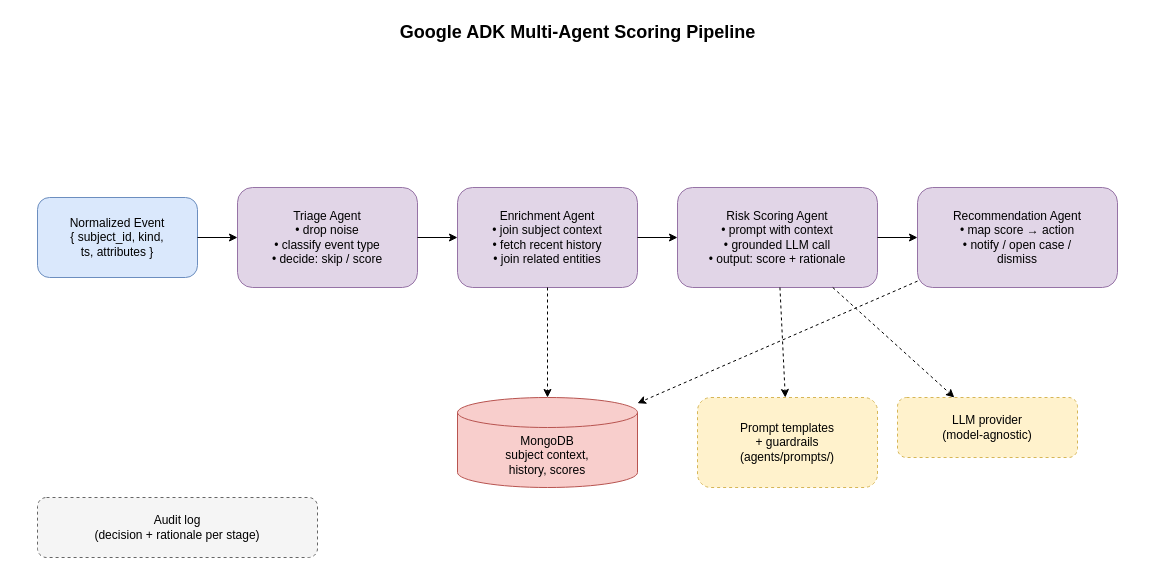
Earlier version of the draw.io diagram page "2. care_decisioning Pipeline" (2 of 5) of Docs/Design/architecture.drawio (javakishore-veleti/Member-Event-Stream-Agent). Source tidied: cells renumbered, new cells numbered last; positions are measured from the earlier drawing's top-left corner, leaving out a move shared by most shapes. Both pictures are drawn from the tidied source at 100%, with x=0, y=0 at pixel (37, 17).
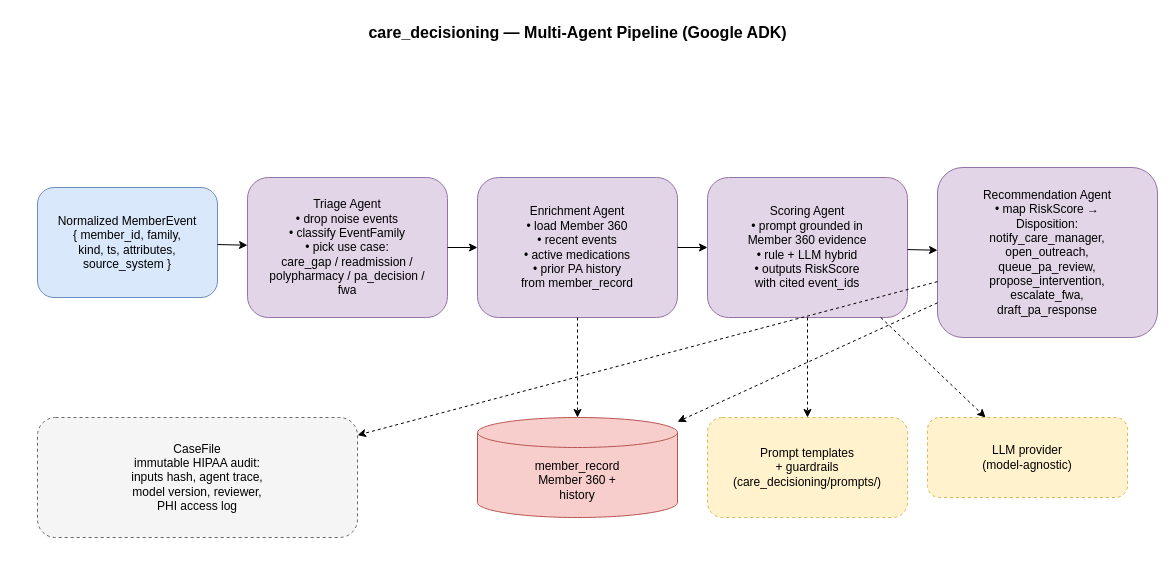
Above is the later version.

The edit, as a diff of the source:
```diff
@@
-    <mxCell id="2" value="Google ADK Multi-Agent Scoring Pipeline" style="text;html=1;align=center;verticalAlign=middle;fontSize=18;fontStyle=1;" parent="1" vertex="1">
-      <mxGeometry width="1080" height="30" as="geometry" />
+    <mxCell id="2" value="care_decisioning — Multi-Agent Pipeline (Google ADK)" style="text;html=1;align=center;verticalAlign=middle;fontSize=16;fontStyle=1;" parent="1" vertex="1">
+      <mxGeometry x="-20" width="1120" height="30" as="geometry" />
     </mxCell>
-    <mxCell id="3" value="Normalized Event&#10;{ subject_id, kind,&#10;ts, attributes }" style="rounded=1;whiteSpace=wrap;html=1;fillColor=#dae8fc;strokeColor=#6c8ebf;" parent="1" vertex="1">
-      <mxGeometry y="180" width="160" height="80" as="geometry" />
+    <mxCell id="3" value="Normalized MemberEvent&#10;{ member_id, family,&#10;kind, ts, attributes,&#10;source_system }" style="rounded=1;whiteSpace=wrap;html=1;fillColor=#dae8fc;strokeColor=#6c8ebf;" parent="1" vertex="1">
+      <mxGeometry y="170" width="180" height="110" as="geometry" />
     </mxCell>
-    <mxCell id="4" value="Triage Agent&#10;• drop noise&#10;• classify event type&#10;• decide: skip / score" style="rounded=1;whiteSpace=wrap;html=1;fillColor=#e1d5e7;strokeColor=#9673a6;" parent="1" vertex="1">
-      <mxGeometry x="200" y="170" width="180" height="100" as="geometry" />
+    <mxCell id="4" value="Triage Agent&#10;• drop noise events&#10;• classify EventFamily&#10;• pick use case:&#10;care_gap / readmission /&#10;polypharmacy / pa_decision /&#10;fwa" style="rounded=1;whiteSpace=wrap;html=1;fillColor=#e1d5e7;strokeColor=#9673a6;" parent="1" vertex="1">
+      <mxGeometry x="210" y="160" width="200" height="140" as="geometry" />
     </mxCell>
-    <mxCell id="5" value="Enrichment Agent&#10;• join subject context&#10;• fetch recent history&#10;• join related entities" style="rounded=1;whiteSpace=wrap;html=1;fillColor=#e1d5e7;strokeColor=#9673a6;" parent="1" vertex="1">
-      <mxGeometry x="420" y="170" width="180" height="100" as="geometry" />
+    <mxCell id="5" value="Enrichment Agent&#10;• load Member 360&#10;• recent events&#10;• active medications&#10;• prior PA history&#10;from member_record" style="rounded=1;whiteSpace=wrap;html=1;fillColor=#e1d5e7;strokeColor=#9673a6;" parent="1" vertex="1">
+      <mxGeometry x="440" y="160" width="200" height="140" as="geometry" />
     </mxCell>
-    <mxCell id="6" value="Risk Scoring Agent&#10;• prompt with context&#10;• grounded LLM call&#10;• output: score + rationale" style="rounded=1;whiteSpace=wrap;html=1;fillColor=#e1d5e7;strokeColor=#9673a6;" parent="1" vertex="1">
-      <mxGeometry x="640" y="170" width="200" height="100" as="geometry" />
+    <mxCell id="6" value="Scoring Agent&#10;• prompt grounded in&#10;Member 360 evidence&#10;• rule + LLM hybrid&#10;• outputs RiskScore&#10;with cited event_ids" style="rounded=1;whiteSpace=wrap;html=1;fillColor=#e1d5e7;strokeColor=#9673a6;" parent="1" vertex="1">
+      <mxGeometry x="670" y="160" width="200" height="140" as="geometry" />
     </mxCell>
-    <mxCell id="7" value="Recommendation Agent&#10;• map score → action&#10;• notify / open case /&#10;dismiss" style="rounded=1;whiteSpace=wrap;html=1;fillColor=#e1d5e7;strokeColor=#9673a6;" parent="1" vertex="1">
-      <mxGeometry x="880" y="170" width="200" height="100" as="geometry" />
+    <mxCell id="7" value="Recommendation Agent&#10;• map RiskScore →&#10;Disposition:&#10;notify_care_manager,&#10;open_outreach,&#10;queue_pa_review,&#10;propose_intervention,&#10;escalate_fwa,&#10;draft_pa_response" style="rounded=1;whiteSpace=wrap;html=1;fillColor=#e1d5e7;strokeColor=#9673a6;" parent="1" vertex="1">
+      <mxGeometry x="900" y="150" width="220" height="170" as="geometry" />
     </mxCell>
-    <mxCell id="8" value="MongoDB&#10;subject context,&#10;history, scores" style="shape=cylinder3;whiteSpace=wrap;html=1;boundedLbl=1;backgroundOutline=1;size=15;fillColor=#f8cecc;strokeColor=#b85450;" parent="1" vertex="1">
-      <mxGeometry x="420" y="380" width="180" height="90" as="geometry" />
+    <mxCell id="8" value="member_record&#10;Member 360 +&#10;history" style="shape=cylinder3;whiteSpace=wrap;html=1;boundedLbl=1;backgroundOutline=1;size=15;fillColor=#f8cecc;strokeColor=#b85450;" parent="1" vertex="1">
+      <mxGeometry x="440" y="400" width="200" height="100" as="geometry" />
     </mxCell>
-    <mxCell id="9" value="Prompt templates&#10;+ guardrails&#10;(agents/prompts/)" style="rounded=1;whiteSpace=wrap;html=1;fillColor=#fff2cc;strokeColor=#d6b656;dashed=1;" parent="1" vertex="1">
-      <mxGeometry x="660" y="380" width="180" height="90" as="geometry" />
+    <mxCell id="9" value="Prompt templates&#10;+ guardrails&#10;(care_decisioning/prompts/)" style="rounded=1;whiteSpace=wrap;html=1;fillColor=#fff2cc;strokeColor=#d6b656;dashed=1;" parent="1" vertex="1">
+      <mxGeometry x="670" y="400" width="200" height="100" as="geometry" />
     </mxCell>
     <mxCell id="10" value="LLM provider&#10;(model-agnostic)" style="rounded=1;whiteSpace=wrap;html=1;fillColor=#fff2cc;strokeColor=#d6b656;dashed=1;" parent="1" vertex="1">
-      <mxGeometry x="860" y="380" width="180" height="60" as="geometry" />
+      <mxGeometry x="890" y="400" width="200" height="80" as="geometry" />
     </mxCell>
-    <mxCell id="11" value="Audit log&#10;(decision + rationale per stage)" style="rounded=1;whiteSpace=wrap;html=1;fillColor=#f5f5f5;strokeColor=#666666;dashed=1;" parent="1" vertex="1">
-      <mxGeometry y="480" width="280" height="60" as="geometry" />
+    <mxCell id="11" value="CaseFile&#10;immutable HIPAA audit:&#10;inputs hash, agent trace,&#10;model version, reviewer,&#10;PHI access log" style="rounded=1;whiteSpace=wrap;html=1;fillColor=#f5f5f5;strokeColor=#666666;dashed=1;" parent="1" vertex="1">
+      <mxGeometry y="400" width="320" height="120" as="geometry" />
     </mxCell>
@@
+    <mxCell id="20" style="endArrow=classic;html=1;rounded=0;dashed=1;" parent="1" edge="1" source="7" target="11">
+      <mxGeometry relative="1" as="geometry" />
+    </mxCell>
```
